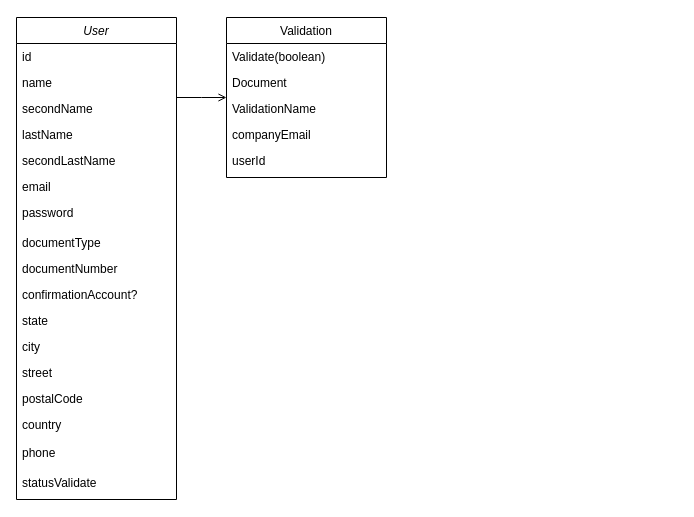
NFDdata/api-avu keeps this draw.io diagram as page "Page-1" (1 of 2) of Untitled Diagram.drawio. Above is the earlier version. Source tidied: cells renumbered, new cells numbered last; positions are measured from the earlier drawing's top-left corner, leaving out a move shared by most shapes. Both pictures are drawn from the tidied source at 100%, with x=0, y=0 at pixel (16, 17).
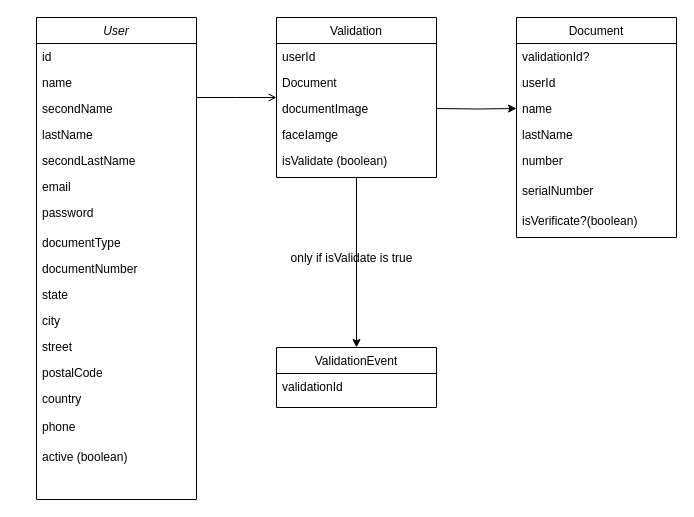
Above is the later version.

What changed in the source:
```diff
@@
     <mxCell id="2" value="User" style="swimlane;fontStyle=2;align=center;verticalAlign=top;horizontal=1;startSize=26;rounded=0;shadow=0;strokeWidth=1;" parent="1" vertex="1">
-      <mxGeometry width="160" height="482" as="geometry" />
+      <mxGeometry x="20" width="160" height="482" as="geometry" />
     </mxCell>
@@
-    <mxCell id="12" value="confirmationAccount?" style="text;align=left;verticalAlign=top;spacingLeft=4;spacingRight=4;overflow=hidden;rounded=0;shadow=0;html=0;" parent="2" vertex="1">
-      <mxGeometry y="264" width="160" height="26" as="geometry" />
-    </mxCell>
     <mxCell id="13" value="state" style="text;align=left;verticalAlign=top;spacingLeft=4;spacingRight=4;overflow=hidden;rounded=0;shadow=0;html=0;" parent="2" vertex="1">
-      <mxGeometry y="290" width="160" height="26" as="geometry" />
+      <mxGeometry y="264" width="160" height="26" as="geometry" />
     </mxCell>
     <mxCell id="14" value="city" style="text;align=left;verticalAlign=top;spacingLeft=4;spacingRight=4;overflow=hidden;rounded=0;shadow=0;html=0;" parent="2" vertex="1">
-      <mxGeometry y="316" width="160" height="26" as="geometry" />
+      <mxGeometry y="290" width="160" height="26" as="geometry" />
     </mxCell>
     <mxCell id="15" value="street" style="text;align=left;verticalAlign=top;spacingLeft=4;spacingRight=4;overflow=hidden;" parent="2" vertex="1">
-      <mxGeometry y="342" width="160" height="26" as="geometry" />
+      <mxGeometry y="316" width="160" height="26" as="geometry" />
     </mxCell>
     <mxCell id="16" value="postalCode" style="text;align=left;verticalAlign=top;spacingLeft=4;spacingRight=4;overflow=hidden;rounded=0;shadow=0;html=0;" parent="2" vertex="1">
-      <mxGeometry y="368" width="160" height="26" as="geometry" />
+      <mxGeometry y="342" width="160" height="26" as="geometry" />
     </mxCell>
     <mxCell id="17" value="country" style="text;align=left;verticalAlign=top;spacingLeft=4;spacingRight=4;overflow=hidden;rounded=0;shadow=0;html=0;" parent="2" vertex="1">
-      <mxGeometry y="394" width="160" height="28" as="geometry" />
+      <mxGeometry y="368" width="160" height="28" as="geometry" />
     </mxCell>
     <mxCell id="18" value="phone" style="text;align=left;verticalAlign=top;spacingLeft=4;spacingRight=4;overflow=hidden;rounded=0;shadow=0;html=0;" parent="2" vertex="1">
-      <mxGeometry y="422" width="160" height="30" as="geometry" />
+      <mxGeometry y="396" width="160" height="30" as="geometry" />
     </mxCell>
-    <mxCell id="19" value="statusValidate" style="text;align=left;verticalAlign=top;spacingLeft=4;spacingRight=4;overflow=hidden;rounded=0;shadow=0;html=0;" parent="2" vertex="1">
-      <mxGeometry y="452" width="160" height="30" as="geometry" />
+    <mxCell id="19" value="active (boolean)" style="text;align=left;verticalAlign=top;spacingLeft=4;spacingRight=4;overflow=hidden;rounded=0;shadow=0;html=0;" parent="2" vertex="1">
+      <mxGeometry y="426" width="160" height="30" as="geometry" />
     </mxCell>
+    <mxCell id="27" style="edgeStyle=orthogonalEdgeStyle;rounded=0;jettySize=auto;html=1;entryX=0.5;entryY=0;entryDx=0;entryDy=0;" parent="1" edge="1" source="20" target="38">
+      <mxGeometry relative="1" as="geometry" />
+    </mxCell>
     <mxCell id="20" value="Validation" style="swimlane;fontStyle=0;align=center;verticalAlign=top;horizontal=1;startSize=26;rounded=0;shadow=0;strokeWidth=1;" parent="1" vertex="1">
-      <mxGeometry x="210" width="160" height="160" as="geometry" />
+      <mxGeometry x="260" width="160" height="160" as="geometry" />
     </mxCell>
-    <mxCell id="21" value="Validate(boolean)" style="text;align=left;verticalAlign=top;spacingLeft=4;spacingRight=4;overflow=hidden;" parent="20" vertex="1">
+    <mxCell id="21" value="userId" style="text;align=left;verticalAlign=top;spacingLeft=4;spacingRight=4;overflow=hidden;" parent="20" vertex="1">
       <mxGeometry y="26" width="160" height="26" as="geometry" />
     </mxCell>
@@
-    <mxCell id="23" value="ValidationName" style="text;align=left;verticalAlign=top;spacingLeft=4;spacingRight=4;overflow=hidden;" parent="20" vertex="1">
-      <mxGeometry y="78" width="160" height="26" as="geometry" />
-    </mxCell>
-    <mxCell id="24" value="companyEmail" style="text;align=left;verticalAlign=top;spacingLeft=4;spacingRight=4;overflow=hidden;" parent="20" vertex="1">
-      <mxGeometry y="104" width="160" height="26" as="geometry" />
+    <mxCell id="24" value="documentImage" style="text;align=left;verticalAlign=top;spacingLeft=4;spacingRight=4;overflow=hidden;" parent="20" vertex="1">
+      <mxGeometry y="78" width="160" height="26" as="geometry" />
     </mxCell>
-    <mxCell id="25" value="userId" style="text;align=left;verticalAlign=top;spacingLeft=4;spacingRight=4;overflow=hidden;" parent="20" vertex="1">
-      <mxGeometry y="130" width="160" height="26" as="geometry" />
+    <mxCell id="25" value="faceIamge" style="text;align=left;verticalAlign=top;spacingLeft=4;spacingRight=4;overflow=hidden;" parent="20" vertex="1">
+      <mxGeometry y="104" width="160" height="26" as="geometry" />
     </mxCell>
+    <mxCell id="28" value="isValidate (boolean)" style="text;align=left;verticalAlign=top;spacingLeft=4;spacingRight=4;overflow=hidden;" parent="20" vertex="1">
+      <mxGeometry y="130" width="160" height="30" as="geometry" />
+    </mxCell>
@@
+    <mxCell id="29" value="Document" style="swimlane;fontStyle=0;align=center;verticalAlign=top;horizontal=1;startSize=26;rounded=0;shadow=0;strokeWidth=1;" parent="1" vertex="1">
+      <mxGeometry x="500" width="160" height="220" as="geometry" />
+    </mxCell>
+    <mxCell id="30" value="validationId?" style="text;align=left;verticalAlign=top;spacingLeft=4;spacingRight=4;overflow=hidden;" parent="29" vertex="1">
+      <mxGeometry y="26" width="160" height="26" as="geometry" />
+    </mxCell>
+    <mxCell id="31" value="userId" style="text;align=left;verticalAlign=top;spacingLeft=4;spacingRight=4;overflow=hidden;" parent="29" vertex="1">
+      <mxGeometry y="52" width="160" height="26" as="geometry" />
+    </mxCell>
+    <mxCell id="32" value="name" style="text;align=left;verticalAlign=top;spacingLeft=4;spacingRight=4;overflow=hidden;points=[[0,0.5],[1,0.5]];portConstraint=eastwest;" parent="29" vertex="1">
+      <mxGeometry y="78" width="160" height="26" as="geometry" />
+    </mxCell>
+    <mxCell id="33" value="lastName" style="text;align=left;verticalAlign=top;spacingLeft=4;spacingRight=4;overflow=hidden;" parent="29" vertex="1">
+      <mxGeometry y="104" width="160" height="26" as="geometry" />
+    </mxCell>
+    <mxCell id="34" value="number" style="text;align=left;verticalAlign=top;spacingLeft=4;spacingRight=4;overflow=hidden;" parent="29" vertex="1">
+      <mxGeometry y="130" width="160" height="30" as="geometry" />
+    </mxCell>
+    <mxCell id="35" value="serialNumber" style="text;align=left;verticalAlign=top;spacingLeft=4;spacingRight=4;overflow=hidden;" parent="29" vertex="1">
+      <mxGeometry y="160" width="160" height="30" as="geometry" />
+    </mxCell>
+    <mxCell id="36" value="isVerificate?(boolean)" style="text;align=left;verticalAlign=top;spacingLeft=4;spacingRight=4;overflow=hidden;" parent="29" vertex="1">
+      <mxGeometry y="190" width="160" height="30" as="geometry" />
+    </mxCell>
+    <mxCell id="37" style="edgeStyle=orthogonalEdgeStyle;rounded=0;jettySize=auto;html=1;entryX=0;entryY=0.5;entryDx=0;entryDy=0;" parent="1" edge="1" target="32">
+      <mxGeometry relative="1" as="geometry">
+        <mxPoint x="420" y="91" as="sourcePoint" />
+      </mxGeometry>
+    </mxCell>
+    <mxCell id="38" value="ValidationEvent" style="swimlane;fontStyle=0;align=center;verticalAlign=top;horizontal=1;startSize=26;rounded=0;shadow=0;strokeWidth=1;" parent="1" vertex="1">
+      <mxGeometry x="260" y="330" width="160" height="60" as="geometry" />
+    </mxCell>
+    <mxCell id="39" value="validationId" style="text;align=left;verticalAlign=top;spacingLeft=4;spacingRight=4;overflow=hidden;" parent="38" vertex="1">
+      <mxGeometry y="26" width="160" height="26" as="geometry" />
+    </mxCell>
+    <mxCell id="40" value="only if isValidate is true" style="text;html=1;align=center;verticalAlign=middle;strokeColor=none;fillColor=none;" parent="1" vertex="1">
+      <mxGeometry x="260" y="226" width="150" height="30" as="geometry" />
+    </mxCell>
```
